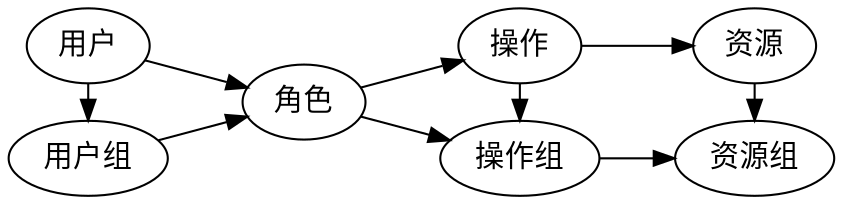
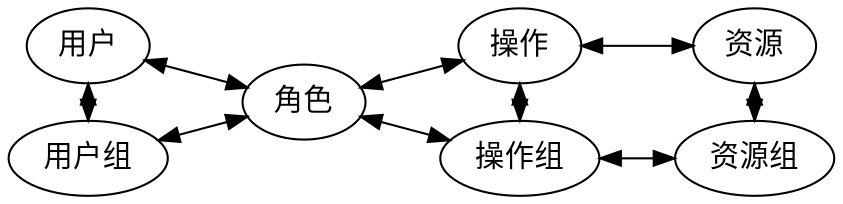
digraph auth {
    rankdir = LR;
    subgraph cluster_0 {
    object [label = "资源"];
    operation [label = "操作"];
-     operation -> object;
+     operation -> object [dir = both];
    label = "权限";
    }
    subgraph cluster_1 {
    object_group [label = "资源组"];
    operation_group [label = "操作组"];
-     operation_group -> object_group;
+     operation_group -> object_group [dir = both];
    label = "权限组";
    }
- 
    subgraph cluster_2 {
    rankdir = TD;
    user [label = "用户"];
    user_group [label = "用户组"];
    }
- 
    role [label = "角色"];

-     user -> role;
-     user_group -> role;
- 
-     role -> operation;
-     role -> operation_group;
- 
-     operation -> operation_group;
-     user -> user_group;
-     object -> object_group;
- 
- 
+     user -> role [dir = both];
+     user_group -> role [dir = both];
+     role -> operation [dir = both];
+     role -> operation_group [dir = both];
+     operation -> operation_group [dir = both];
+     user -> user_group [dir = both];
+     object -> object_group [dir = both];
    {rank = min; user; user_group;}
    {rank = same; operation; operation_group;}
    {rank = same; object; object_group;}
- }
+ }